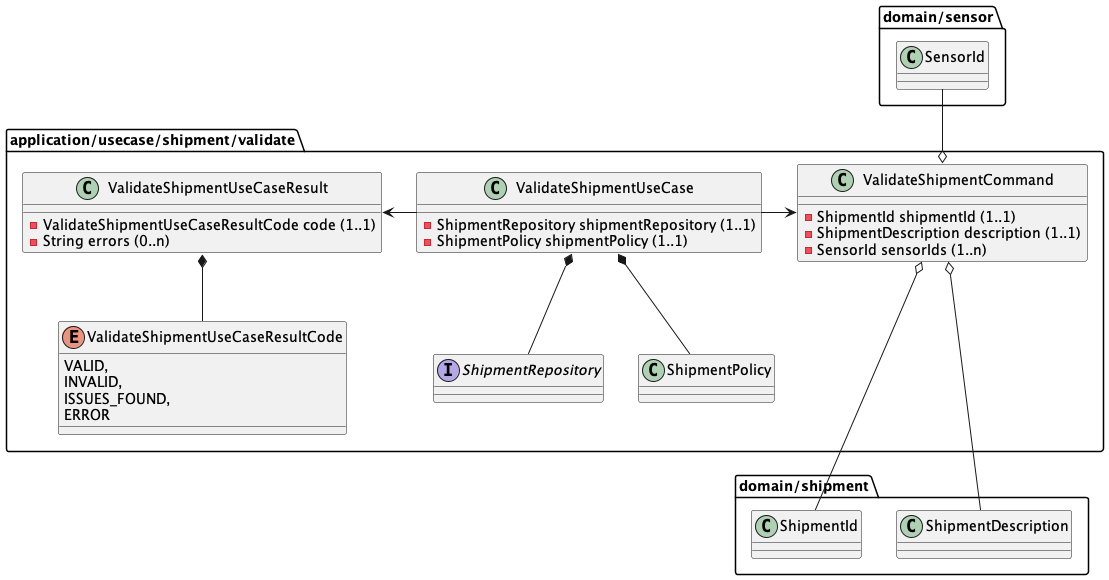
Before: docs/images/ClassDiagramValidateShipment.png, a diagram exported from PlantUML (AboutCodingBE/validation-excercise).
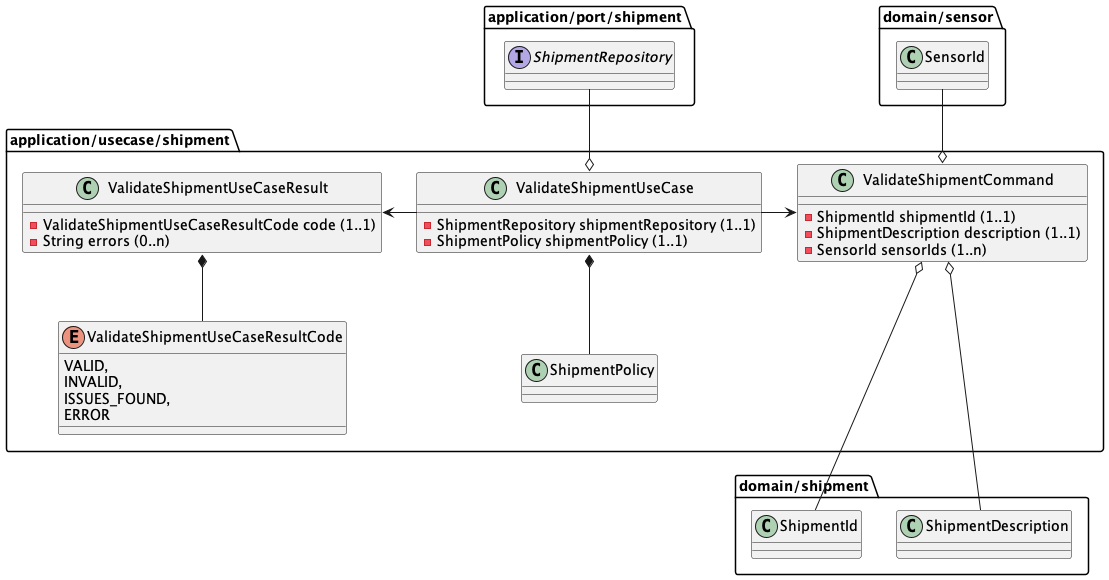
The same file after the commit.

Change to the diagram source:
```diff
@@ -1,6 +1,6 @@
 @startuml
 
-package application/usecase/shipment/validate {
+package application/usecase/shipment {
   class ValidateShipmentCommand {
     -ShipmentId shipmentId (1..1)
     -ShipmentDescription description (1..1)
@@ -24,15 +24,18 @@
     ERROR
   }
 
-  interface ShipmentRepository
   class ShipmentPolicy
 
-  ValidateShipmentUseCase *-down- ShipmentRepository
+
   ValidateShipmentUseCase *-down- ShipmentPolicy
   ValidateShipmentUseCase -right-> ValidateShipmentCommand
   ValidateShipmentUseCase -left-> ValidateShipmentUseCaseResult
 
   ValidateShipmentUseCaseResult *-down- ValidateShipmentUseCaseResultCode
+}
+
+package application/port/shipment {
+    interface ShipmentRepository
 }
 
 package domain/shipment {
@@ -47,5 +50,5 @@
 ValidateShipmentCommand o-down- ShipmentId
 ValidateShipmentCommand o-down-- ShipmentDescription
 ValidateShipmentCommand o-up- SensorId
-
+ValidateShipmentUseCase o-up- ShipmentRepository
 @enduml
```
